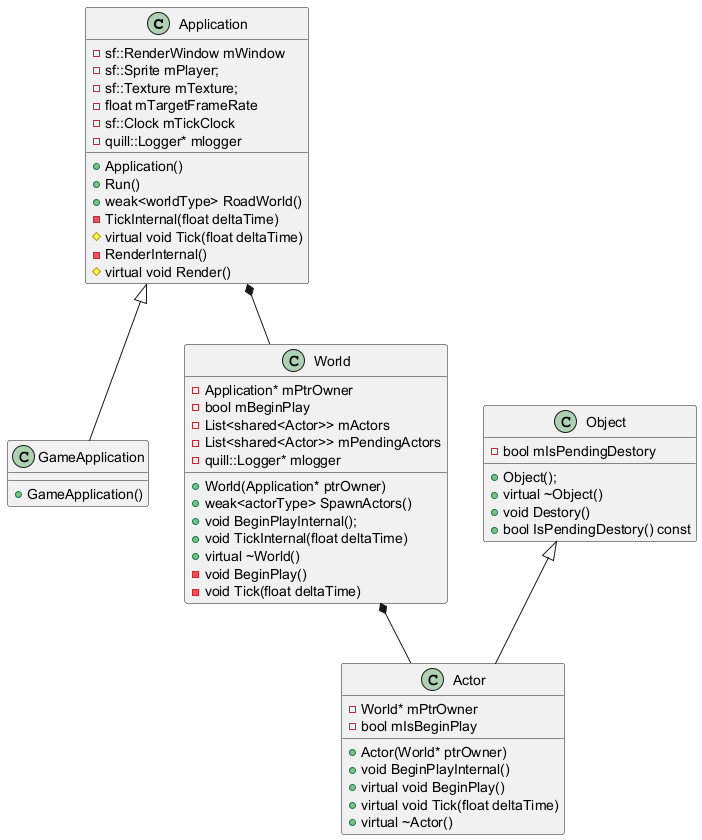
Before: docs/UMLClassesDiagrams/LightYearsGameArch.png, a diagram exported from PlantUML (eddieho2001/LightYearsGame).
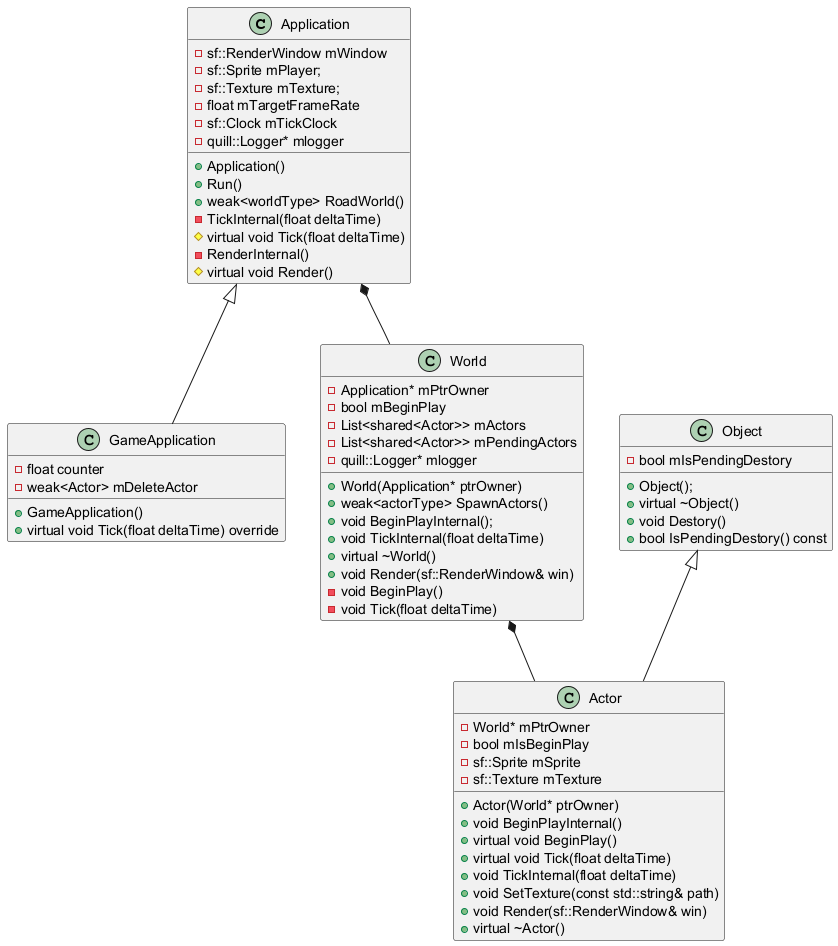
Above is the later version.

Diff of the diagram source:
```diff
@@ -17,7 +17,11 @@
 }
 
 class GameApplication{
+	-float counter
+	-weak<Actor> mDeleteActor
 	+GameApplication()
+	+virtual void Tick(float deltaTime) override
+
 }
 
 class World{
@@ -31,6 +35,7 @@
 	+void BeginPlayInternal();
 	+void TickInternal(float deltaTime)
 	+virtual ~World()
+	+void Render(sf::RenderWindow& win)
     -void BeginPlay()
 	-void Tick(float deltaTime)
 }
@@ -46,10 +51,15 @@
 class Actor{
 	-World* mPtrOwner
 	-bool mIsBeginPlay
+	-sf::Sprite mSprite
+	-sf::Texture mTexture
 	+Actor(World* ptrOwner)
 	+void BeginPlayInternal()
 	+virtual void BeginPlay()
 	+virtual void Tick(float deltaTime)
+	+void TickInternal(float deltaTime)
+	+void SetTexture(const std::string& path)
+	+void Render(sf::RenderWindow& win)
 	+virtual ~Actor()
 }
 
```
